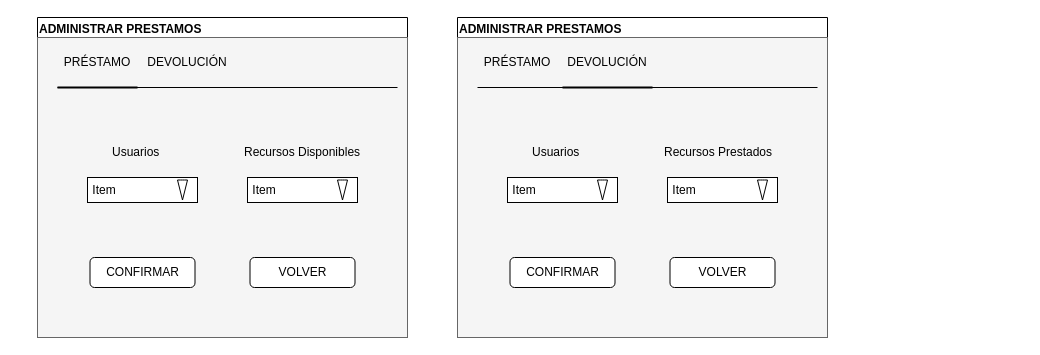
The draw.io diagram page "Página-4" (4 of 4) of Interface Diagram.drawio in puyojulian/MiniProyecto3FPOE, before the edit. Source tidied: cells renumbered, new cells numbered last; positions are measured from the earlier drawing's top-left corner, leaving out a move shared by most shapes. Both pictures are drawn from the tidied source at 100%, with x=0, y=0 at pixel (17, 17).
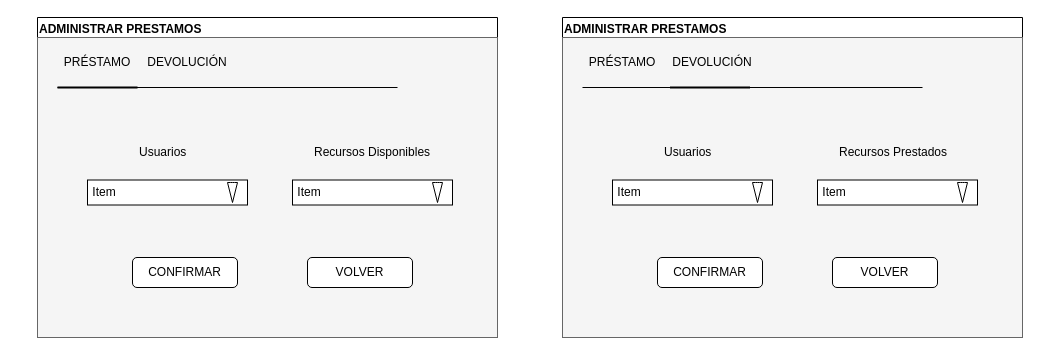
After the change.

Commit message:
Actualización Interfaz AdministrarPrestamos

The edit, as a diff of the source:
```diff
@@
-    <mxCell id="2" value="ADMINISTRAR PRESTAMOS" style="swimlane;whiteSpace=wrap;html=1;align=left;" parent="1" vertex="1">
-      <mxGeometry x="440" width="370" height="320" as="geometry" />
-    </mxCell>
-    <mxCell id="3" style="rounded=0;whiteSpace=wrap;html=1;fillColor=#f5f5f5;fontColor=#333333;strokeColor=#666666;" parent="2" vertex="1">
-      <mxGeometry y="20" width="370" height="300" as="geometry" />
-    </mxCell>
-    <mxCell id="4" value="CONFIRMAR" style="rounded=1;whiteSpace=wrap;html=1;" parent="2" vertex="1">
-      <mxGeometry x="52.5" y="240" width="105" height="30" as="geometry" />
-    </mxCell>
-    <mxCell id="5" value="PRÉSTAMO" style="text;html=1;strokeColor=none;fillColor=none;align=center;verticalAlign=middle;whiteSpace=wrap;rounded=0;" parent="2" vertex="1">
-      <mxGeometry x="-20" y="30" width="160" height="30" as="geometry" />
-    </mxCell>
-    <mxCell id="6" value="VOLVER" style="rounded=1;whiteSpace=wrap;html=1;" parent="2" vertex="1">
-      <mxGeometry x="212.5" y="240" width="105" height="30" as="geometry" />
-    </mxCell>
-    <mxCell id="7" value="DEVOLUCIÓN" style="text;html=1;strokeColor=none;fillColor=none;align=center;verticalAlign=middle;whiteSpace=wrap;rounded=0;" parent="2" vertex="1">
-      <mxGeometry x="70" y="30" width="160" height="30" as="geometry" />
-    </mxCell>
-    <mxCell id="8" style="endArrow=none;html=1;rounded=0;" parent="2" edge="1">
-      <mxGeometry relative="1" as="geometry">
-        <mxPoint x="20" y="70" as="sourcePoint" />
-        <mxPoint x="360" y="70" as="targetPoint" />
-      </mxGeometry>
-    </mxCell>
-    <mxCell id="9" style="endArrow=none;html=1;rounded=0;strokeWidth=2;" parent="2" edge="1">
-      <mxGeometry relative="1" as="geometry">
-        <mxPoint x="105" y="70" as="sourcePoint" />
-        <mxPoint x="105" y="70" as="targetPoint" />
-        <Array as="points">
-          <mxPoint x="195" y="70" />
-        </Array>
-      </mxGeometry>
-    </mxCell>
-    <mxCell id="10" value="Usuarios" style="text;html=1;strokeColor=none;fillColor=none;align=left;verticalAlign=middle;whiteSpace=wrap;rounded=0;" parent="2" vertex="1">
-      <mxGeometry x="72.5" y="120" width="120" height="30" as="geometry" />
-    </mxCell>
-    <mxCell id="11" value="&amp;nbsp;Item" style="rounded=0;whiteSpace=wrap;html=1;align=left;" parent="2" vertex="1">
-      <mxGeometry x="50" y="160" width="110" height="25" as="geometry" />
-    </mxCell>
-    <mxCell id="12" style="html=1;shadow=0;dashed=0;align=center;verticalAlign=middle;shape=mxgraph.arrows2.arrow;dy=0.6;dx=40;direction=south;notch=0;" parent="2" vertex="1">
-      <mxGeometry x="140" y="162.5" width="10" height="20" as="geometry" />
-    </mxCell>
-    <mxCell id="13" value="Recursos Prestados" style="text;html=1;strokeColor=none;fillColor=none;align=left;verticalAlign=middle;whiteSpace=wrap;rounded=0;" parent="2" vertex="1">
-      <mxGeometry x="205" y="120" width="120" height="30" as="geometry" />
-    </mxCell>
-    <mxCell id="14" value="&amp;nbsp;Item" style="rounded=0;whiteSpace=wrap;html=1;align=left;" parent="2" vertex="1">
-      <mxGeometry x="210" y="160" width="110" height="25" as="geometry" />
-    </mxCell>
-    <mxCell id="15" style="html=1;shadow=0;dashed=0;align=center;verticalAlign=middle;shape=mxgraph.arrows2.arrow;dy=0.6;dx=40;direction=south;notch=0;" parent="2" vertex="1">
-      <mxGeometry x="300" y="162.5" width="10" height="20" as="geometry" />
-    </mxCell>
     <mxCell id="16" value="ADMINISTRAR PRESTAMOS" style="swimlane;whiteSpace=wrap;html=1;align=left;" parent="1" vertex="1">
-      <mxGeometry x="20" width="370" height="320" as="geometry" />
+      <mxGeometry x="20" width="460" height="320" as="geometry" />
     </mxCell>
     <mxCell id="17" style="rounded=0;whiteSpace=wrap;html=1;fillColor=#f5f5f5;fontColor=#333333;strokeColor=#666666;" parent="16" vertex="1">
-      <mxGeometry y="20" width="370" height="300" as="geometry" />
+      <mxGeometry y="20" width="460" height="300" as="geometry" />
     </mxCell>
     <mxCell id="18" value="CONFIRMAR" style="rounded=1;whiteSpace=wrap;html=1;" parent="16" vertex="1">
-      <mxGeometry x="52.5" y="240" width="105" height="30" as="geometry" />
+      <mxGeometry x="95" y="240" width="105" height="30" as="geometry" />
     </mxCell>
@@
     <mxCell id="20" value="VOLVER" style="rounded=1;whiteSpace=wrap;html=1;" parent="16" vertex="1">
-      <mxGeometry x="212.5" y="240" width="105" height="30" as="geometry" />
+      <mxGeometry x="270" y="240" width="105" height="30" as="geometry" />
     </mxCell>
@@
     <mxCell id="24" value="Usuarios" style="text;html=1;strokeColor=none;fillColor=none;align=left;verticalAlign=middle;whiteSpace=wrap;rounded=0;" parent="16" vertex="1">
-      <mxGeometry x="72.5" y="120" width="120" height="30" as="geometry" />
+      <mxGeometry x="100" y="120" width="60" height="30" as="geometry" />
     </mxCell>
-    <mxCell id="25" value="&amp;nbsp;Item" style="rounded=0;whiteSpace=wrap;html=1;align=left;" parent="16" vertex="1">
-      <mxGeometry x="50" y="160" width="110" height="25" as="geometry" />
-    </mxCell>
-    <mxCell id="26" style="html=1;shadow=0;dashed=0;align=center;verticalAlign=middle;shape=mxgraph.arrows2.arrow;dy=0.6;dx=40;direction=south;notch=0;" parent="16" vertex="1">
-      <mxGeometry x="140" y="162.5" width="10" height="20" as="geometry" />
-    </mxCell>
     <mxCell id="27" value="Recursos Disponibles" style="text;html=1;strokeColor=none;fillColor=none;align=left;verticalAlign=middle;whiteSpace=wrap;rounded=0;" parent="16" vertex="1">
-      <mxGeometry x="205" y="120" width="120" height="30" as="geometry" />
+      <mxGeometry x="275" y="120" width="120" height="30" as="geometry" />
     </mxCell>
     <mxCell id="28" value="&amp;nbsp;Item" style="rounded=0;whiteSpace=wrap;html=1;align=left;" parent="16" vertex="1">
-      <mxGeometry x="210" y="160" width="110" height="25" as="geometry" />
+      <mxGeometry x="255" y="162.5" width="160" height="25" as="geometry" />
     </mxCell>
     <mxCell id="29" style="html=1;shadow=0;dashed=0;align=center;verticalAlign=middle;shape=mxgraph.arrows2.arrow;dy=0.6;dx=40;direction=south;notch=0;" parent="16" vertex="1">
-      <mxGeometry x="300" y="162.5" width="10" height="20" as="geometry" />
+      <mxGeometry x="395" y="165" width="10" height="20" as="geometry" />
     </mxCell>
+    <mxCell id="30" value="&amp;nbsp;Item" style="rounded=0;whiteSpace=wrap;html=1;align=left;" parent="16" vertex="1">
+      <mxGeometry x="50" y="162.5" width="160" height="25" as="geometry" />
+    </mxCell>
+    <mxCell id="31" style="html=1;shadow=0;dashed=0;align=center;verticalAlign=middle;shape=mxgraph.arrows2.arrow;dy=0.6;dx=40;direction=south;notch=0;" parent="16" vertex="1">
+      <mxGeometry x="190" y="165" width="10" height="20" as="geometry" />
+    </mxCell>
+    <mxCell id="2" value="ADMINISTRAR PRESTAMOS" style="swimlane;whiteSpace=wrap;html=1;align=left;" parent="1" vertex="1">
+      <mxGeometry x="545" width="460" height="320" as="geometry" />
+    </mxCell>
+    <mxCell id="32" style="rounded=0;whiteSpace=wrap;html=1;fillColor=#f5f5f5;fontColor=#333333;strokeColor=#666666;" parent="2" vertex="1">
+      <mxGeometry y="20" width="460" height="300" as="geometry" />
+    </mxCell>
+    <mxCell id="4" value="CONFIRMAR" style="rounded=1;whiteSpace=wrap;html=1;" parent="2" vertex="1">
+      <mxGeometry x="95" y="240" width="105" height="30" as="geometry" />
+    </mxCell>
+    <mxCell id="5" value="PRÉSTAMO" style="text;html=1;strokeColor=none;fillColor=none;align=center;verticalAlign=middle;whiteSpace=wrap;rounded=0;" parent="2" vertex="1">
+      <mxGeometry x="-20" y="30" width="160" height="30" as="geometry" />
+    </mxCell>
+    <mxCell id="6" value="VOLVER" style="rounded=1;whiteSpace=wrap;html=1;" parent="2" vertex="1">
+      <mxGeometry x="270" y="240" width="105" height="30" as="geometry" />
+    </mxCell>
+    <mxCell id="7" value="DEVOLUCIÓN" style="text;html=1;strokeColor=none;fillColor=none;align=center;verticalAlign=middle;whiteSpace=wrap;rounded=0;" parent="2" vertex="1">
+      <mxGeometry x="70" y="30" width="160" height="30" as="geometry" />
+    </mxCell>
+    <mxCell id="33" style="endArrow=none;html=1;rounded=0;" parent="2" edge="1">
+      <mxGeometry relative="1" as="geometry">
+        <mxPoint x="20" y="70" as="sourcePoint" />
+        <mxPoint x="360" y="70" as="targetPoint" />
+      </mxGeometry>
+    </mxCell>
+    <mxCell id="34" style="endArrow=none;html=1;rounded=0;strokeWidth=2;" parent="2" edge="1">
+      <mxGeometry relative="1" as="geometry">
+        <mxPoint x="107.5" y="70" as="sourcePoint" />
+        <mxPoint x="187.5" y="70" as="targetPoint" />
+      </mxGeometry>
+    </mxCell>
+    <mxCell id="10" value="Usuarios" style="text;html=1;strokeColor=none;fillColor=none;align=left;verticalAlign=middle;whiteSpace=wrap;rounded=0;" parent="2" vertex="1">
+      <mxGeometry x="100" y="120" width="60" height="30" as="geometry" />
+    </mxCell>
+    <mxCell id="13" value="Recursos Prestados" style="text;html=1;strokeColor=none;fillColor=none;align=left;verticalAlign=middle;whiteSpace=wrap;rounded=0;" parent="2" vertex="1">
+      <mxGeometry x="275" y="120" width="120" height="30" as="geometry" />
+    </mxCell>
+    <mxCell id="35" value="&amp;nbsp;Item" style="rounded=0;whiteSpace=wrap;html=1;align=left;" parent="2" vertex="1">
+      <mxGeometry x="255" y="162.5" width="160" height="25" as="geometry" />
+    </mxCell>
+    <mxCell id="36" style="html=1;shadow=0;dashed=0;align=center;verticalAlign=middle;shape=mxgraph.arrows2.arrow;dy=0.6;dx=40;direction=south;notch=0;" parent="2" vertex="1">
+      <mxGeometry x="395" y="165" width="10" height="20" as="geometry" />
+    </mxCell>
+    <mxCell id="37" value="&amp;nbsp;Item" style="rounded=0;whiteSpace=wrap;html=1;align=left;" parent="2" vertex="1">
+      <mxGeometry x="50" y="162.5" width="160" height="25" as="geometry" />
+    </mxCell>
+    <mxCell id="38" style="html=1;shadow=0;dashed=0;align=center;verticalAlign=middle;shape=mxgraph.arrows2.arrow;dy=0.6;dx=40;direction=south;notch=0;" parent="2" vertex="1">
+      <mxGeometry x="190" y="165" width="10" height="20" as="geometry" />
+    </mxCell>
```
